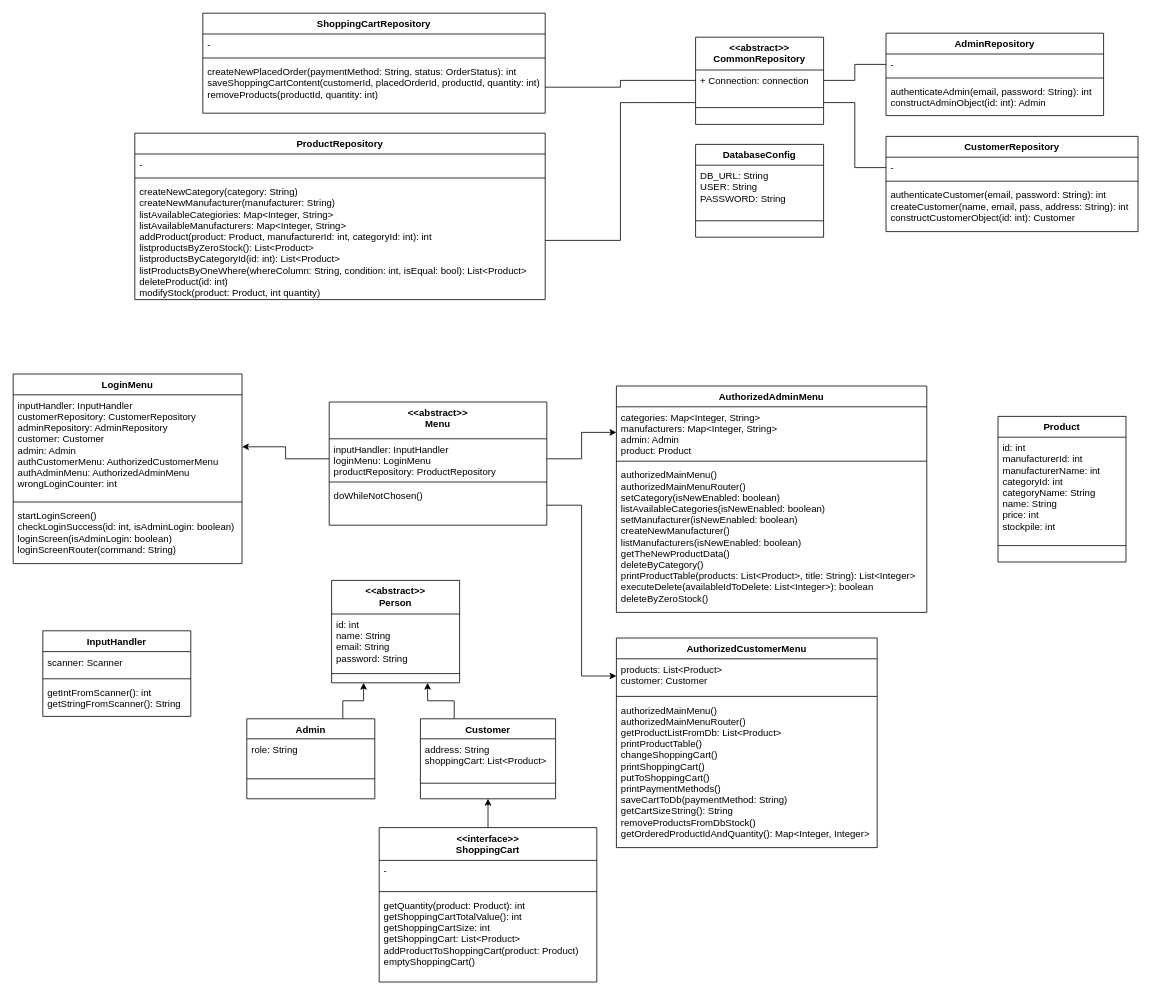
Before: Untitled Diagram.drawio in ati911/proba, a draw.io diagram. Source tidied: cells renumbered, new cells numbered last; positions are measured from the earlier drawing's top-left corner, leaving out a move shared by most shapes. Both pictures are drawn from the tidied source at 80%, with x=0, y=0 at pixel (13, 13).
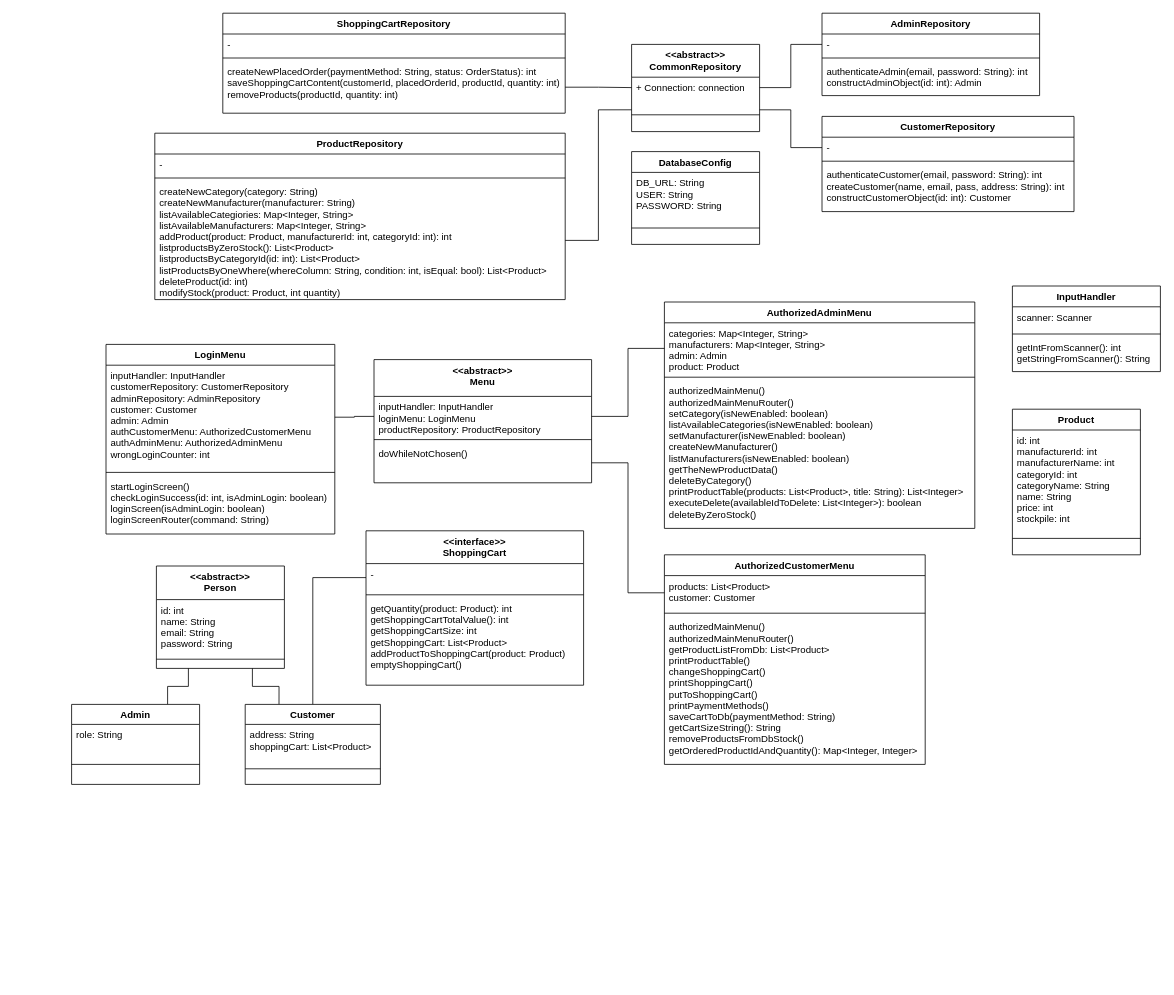
The same diagram, later.

Unchanged cells that the change refers to:
```xml
<mxCell id="41" value="-" style="text;strokeColor=none;fillColor=none;align=left;verticalAlign=top;spacingLeft=4;spacingRight=4;overflow=hidden;points=[[0,0.5],[1,0.5]];portConstraint=eastwest;" parent="40" vertex="1">
  <mxGeometry y="41" width="272" height="35" as="geometry" />
</mxCell>
<mxCell id="45" value="inputHandler: InputHandler&#10;loginMenu: LoginMenu&#10;productRepository: ProductRepository" style="text;strokeColor=none;fillColor=none;align=left;verticalAlign=top;spacingLeft=4;spacingRight=4;overflow=hidden;points=[[0,0.5],[1,0.5]];portConstraint=eastwest;" parent="44" vertex="1">
  <mxGeometry y="46" width="272" height="50" as="geometry" />
</mxCell>
<mxCell id="47" value="doWhileNotChosen()" style="text;strokeColor=none;fillColor=none;align=left;verticalAlign=top;spacingLeft=4;spacingRight=4;overflow=hidden;points=[[0,0.5],[1,0.5]];portConstraint=eastwest;" parent="44" vertex="1">
  <mxGeometry y="104" width="272" height="50" as="geometry" />
</mxCell>
<mxCell id="49" value="inputHandler: InputHandler&#10;customerRepository: CustomerRepository&#10;adminRepository: AdminRepository&#10;customer: Customer&#10;admin: Admin&#10;authCustomerMenu: AuthorizedCustomerMenu&#10;authAdminMenu: AuthorizedAdminMenu&#10;wrongLoginCounter: int" style="text;strokeColor=none;fillColor=none;align=left;verticalAlign=top;spacingLeft=4;spacingRight=4;overflow=hidden;points=[[0,0.5],[1,0.5]];portConstraint=eastwest;" parent="48" vertex="1">
  <mxGeometry y="26" width="286" height="130" as="geometry" />
</mxCell>
<mxCell id="57" value="products: List&lt;Product&gt;&#10;customer: Customer" style="text;strokeColor=none;fillColor=none;align=left;verticalAlign=top;spacingLeft=4;spacingRight=4;overflow=hidden;points=[[0,0.5],[1,0.5]];portConstraint=eastwest;" parent="56" vertex="1">
  <mxGeometry y="26" width="326" height="43" as="geometry" />
</mxCell>
<mxCell id="61" value="categories: Map&lt;Integer, String&gt;&#10;manufacturers: Map&lt;Integer, String&gt;&#10;admin: Admin&#10;product: Product" style="text;strokeColor=none;fillColor=none;align=left;verticalAlign=top;spacingLeft=4;spacingRight=4;overflow=hidden;points=[[0,0.5],[1,0.5]];portConstraint=eastwest;" parent="60" vertex="1">
  <mxGeometry y="26" width="388" height="64" as="geometry" />
</mxCell>
```

Change to the diagram source:
```diff
@@
     <mxCell id="3" value="&lt;&lt;abstract&gt;&gt;&#10;CommonRepository" style="swimlane;fontStyle=1;align=center;verticalAlign=top;horizontal=1;startSize=41;" parent="1" vertex="1">
-      <mxGeometry x="853" y="30" width="160" height="109" as="geometry" />
+      <mxGeometry x="773" y="39" width="160" height="109" as="geometry" />
     </mxCell>
@@
     <mxCell id="6" value="CustomerRepository" style="swimlane;fontStyle=1;align=center;verticalAlign=top;horizontal=1;startSize=26;" parent="1" vertex="1">
-      <mxGeometry x="1091" y="154" width="315" height="119" as="geometry" />
+      <mxGeometry x="1011" y="129" width="315" height="119" as="geometry" />
     </mxCell>
@@
     <mxCell id="10" value="AdminRepository" style="swimlane;fontStyle=1;align=center;verticalAlign=top;horizontal=1;startSize=26;" parent="1" vertex="1">
-      <mxGeometry x="1091" y="25" width="272" height="103" as="geometry" />
+      <mxGeometry x="1011" width="272" height="103" as="geometry" />
     </mxCell>
@@
     <mxCell id="14" value="&lt;&lt;abstract&gt;&gt;&#10;Person" style="swimlane;fontStyle=1;align=center;verticalAlign=top;horizontal=1;startSize=42;" parent="1" vertex="1">
-      <mxGeometry x="398" y="709" width="160" height="128" as="geometry" />
+      <mxGeometry x="179" y="691" width="160" height="128" as="geometry" />
     </mxCell>
@@
     <mxCell id="17" value="ProductRepository" style="swimlane;fontStyle=1;align=center;verticalAlign=top;horizontal=1;startSize=26;" parent="1" vertex="1">
-      <mxGeometry x="152" y="150" width="513" height="208" as="geometry" />
+      <mxGeometry x="177" y="150" width="513" height="208" as="geometry" />
     </mxCell>
@@
     <mxCell id="21" value="ShoppingCartRepository" style="swimlane;fontStyle=1;align=center;verticalAlign=top;horizontal=1;startSize=26;" parent="1" vertex="1">
-      <mxGeometry x="237" width="428" height="125" as="geometry" />
+      <mxGeometry x="262" width="428" height="125" as="geometry" />
     </mxCell>
@@
     <mxCell id="25" value="DatabaseConfig" style="swimlane;fontStyle=1;align=center;verticalAlign=top;horizontal=1;startSize=26;" parent="1" vertex="1">
-      <mxGeometry x="853" y="164" width="160" height="116" as="geometry" />
+      <mxGeometry x="773" y="173" width="160" height="116" as="geometry" />
     </mxCell>
@@
-    <mxCell id="28" style="edgeStyle=orthogonalEdgeStyle;rounded=0;jettySize=auto;html=1;exitX=0.75;exitY=0;exitDx=0;exitDy=0;entryX=0.25;entryY=1;entryDx=0;entryDy=0;" parent="1" edge="1" source="29" target="14">
+    <mxCell id="28" style="edgeStyle=orthogonalEdgeStyle;rounded=0;jettySize=auto;html=1;exitX=0.75;exitY=0;exitDx=0;exitDy=0;entryX=0.25;entryY=1;entryDx=0;entryDy=0;endArrow=none;endFill=0;" parent="1" edge="1" source="29" target="14">
       <mxGeometry relative="1" as="geometry" />
     </mxCell>
     <mxCell id="29" value="Admin" style="swimlane;fontStyle=1;align=center;verticalAlign=top;horizontal=1;startSize=25;" parent="1" vertex="1">
-      <mxGeometry x="292" y="882" width="160" height="100" as="geometry" />
+      <mxGeometry x="73" y="864" width="160" height="100" as="geometry" />
     </mxCell>
@@
-    <mxCell id="32" style="edgeStyle=orthogonalEdgeStyle;rounded=0;jettySize=auto;html=1;exitX=0.25;exitY=0;exitDx=0;exitDy=0;entryX=0.75;entryY=1;entryDx=0;entryDy=0;" parent="1" edge="1" source="33" target="14">
+    <mxCell id="32" style="edgeStyle=orthogonalEdgeStyle;rounded=0;jettySize=auto;html=1;exitX=0.25;exitY=0;exitDx=0;exitDy=0;entryX=0.75;entryY=1;entryDx=0;entryDy=0;endArrow=none;endFill=0;" parent="1" edge="1" source="33" target="14">
       <mxGeometry relative="1" as="geometry" />
     </mxCell>
+    <mxCell id="70" style="edgeStyle=orthogonalEdgeStyle;rounded=0;jettySize=auto;html=1;exitX=0.5;exitY=0;exitDx=0;exitDy=0;entryX=0;entryY=0.5;entryDx=0;entryDy=0;endArrow=none;endFill=0;" parent="1" edge="1" source="33" target="41">
+      <mxGeometry relative="1" as="geometry" />
+    </mxCell>
     <mxCell id="33" value="Customer" style="swimlane;fontStyle=1;align=center;verticalAlign=top;horizontal=1;startSize=25;" parent="1" vertex="1">
-      <mxGeometry x="509" y="882" width="169" height="100" as="geometry" />
+      <mxGeometry x="290" y="864" width="169" height="100" as="geometry" />
     </mxCell>
@@
     <mxCell id="36" value="Product" style="swimlane;fontStyle=1;align=center;verticalAlign=top;horizontal=1;startSize=26;" parent="1" vertex="1">
-      <mxGeometry x="1231" y="504" width="160" height="182" as="geometry" />
+      <mxGeometry x="1249" y="495" width="160" height="182" as="geometry" />
     </mxCell>
@@
-    <mxCell id="39" style="edgeStyle=orthogonalEdgeStyle;rounded=0;jettySize=auto;html=1;exitX=0.5;exitY=0;exitDx=0;exitDy=0;entryX=0.5;entryY=1;entryDx=0;entryDy=0;" parent="1" edge="1" source="40" target="33">
-      <mxGeometry relative="1" as="geometry" />
-    </mxCell>
     <mxCell id="40" value="&lt;&lt;interface&gt;&gt;&#10;ShoppingCart" style="swimlane;fontStyle=1;align=center;verticalAlign=top;horizontal=1;startSize=41;" parent="1" vertex="1">
-      <mxGeometry x="457.5" y="1018" width="272" height="193" as="geometry" />
+      <mxGeometry x="441" y="647" width="272" height="193" as="geometry" />
     </mxCell>
@@
     <mxCell id="44" value="&lt;&lt;abstract&gt;&gt;&#10;Menu" style="swimlane;fontStyle=1;align=center;verticalAlign=top;horizontal=1;startSize=46;" parent="1" vertex="1">
-      <mxGeometry x="395" y="486" width="272" height="154" as="geometry" />
+      <mxGeometry x="451" y="433" width="272" height="154" as="geometry" />
     </mxCell>
@@
     <mxCell id="48" value="LoginMenu" style="swimlane;fontStyle=1;align=center;verticalAlign=top;horizontal=1;startSize=26;" parent="1" vertex="1">
-      <mxGeometry y="451" width="286" height="237" as="geometry" />
+      <mxGeometry x="116" y="414" width="286" height="237" as="geometry" />
     </mxCell>
@@
     <mxCell id="52" value="InputHandler" style="swimlane;fontStyle=1;align=center;verticalAlign=top;horizontal=1;startSize=26;" parent="1" vertex="1">
-      <mxGeometry x="37" y="772" width="185" height="107" as="geometry" />
+      <mxGeometry x="1249" y="341" width="185" height="107" as="geometry" />
     </mxCell>
@@
     <mxCell id="56" value="AuthorizedCustomerMenu" style="swimlane;fontStyle=1;align=center;verticalAlign=top;horizontal=1;startSize=26;" parent="1" vertex="1">
-      <mxGeometry x="754" y="781" width="326" height="262" as="geometry" />
+      <mxGeometry x="814" y="677" width="326" height="262" as="geometry" />
     </mxCell>
@@
     <mxCell id="60" value="AuthorizedAdminMenu" style="swimlane;fontStyle=1;align=center;verticalAlign=top;horizontal=1;startSize=26;" parent="1" vertex="1">
-      <mxGeometry x="754" y="466" width="388" height="283" as="geometry" />
+      <mxGeometry x="814" y="361" width="388" height="283" as="geometry" />
     </mxCell>
@@
-    <mxCell id="65" style="edgeStyle=orthogonalEdgeStyle;rounded=0;jettySize=auto;html=1;exitX=1;exitY=0.5;exitDx=0;exitDy=0;" parent="1" edge="1" source="45" target="61">
+    <mxCell id="65" style="edgeStyle=orthogonalEdgeStyle;rounded=0;jettySize=auto;html=1;exitX=1;exitY=0.5;exitDx=0;exitDy=0;endArrow=none;endFill=0;" parent="1" edge="1" source="45" target="61">
       <mxGeometry relative="1" as="geometry" />
     </mxCell>
-    <mxCell id="66" style="edgeStyle=orthogonalEdgeStyle;rounded=0;jettySize=auto;html=1;exitX=1;exitY=0.5;exitDx=0;exitDy=0;" parent="1" edge="1" source="47" target="57">
+    <mxCell id="66" style="edgeStyle=orthogonalEdgeStyle;rounded=0;jettySize=auto;html=1;exitX=1;exitY=0.5;exitDx=0;exitDy=0;endArrow=none;endFill=0;" parent="1" edge="1" source="47" target="57">
       <mxGeometry relative="1" as="geometry" />
     </mxCell>
-    <mxCell id="67" style="edgeStyle=orthogonalEdgeStyle;rounded=0;jettySize=auto;html=1;exitX=0;exitY=0.5;exitDx=0;exitDy=0;entryX=1;entryY=0.5;entryDx=0;entryDy=0;" parent="1" edge="1" source="45" target="49">
+    <mxCell id="67" style="edgeStyle=orthogonalEdgeStyle;rounded=0;jettySize=auto;html=1;exitX=0;exitY=0.5;exitDx=0;exitDy=0;entryX=1;entryY=0.5;entryDx=0;entryDy=0;endArrow=none;endFill=0;" parent="1" edge="1" source="45" target="49">
       <mxGeometry relative="1" as="geometry" />
     </mxCell>
```
